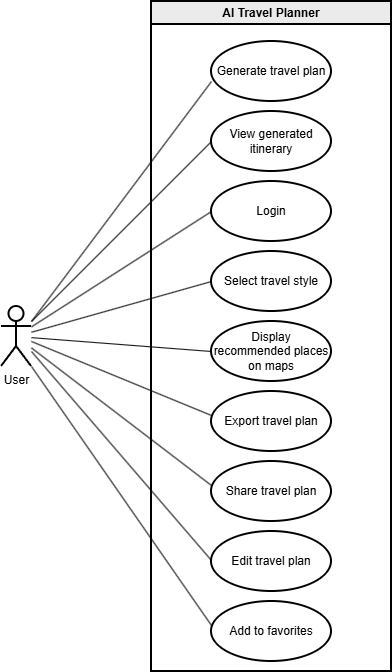
Earlier version of the draw.io export docs/diagrams/use-case-diagram-v1.png (AET-DevOps26/team-coffeelovers). Source tidied: cells renumbered, new cells last; positions are measured from the earlier drawing's top-left corner, leaving out a move shared by most shapes. The source it was exported from:
```xml
<mxGraphModel>
  <root>
    <mxCell id="0" />
    <mxCell id="1" parent="0" />
    <mxCell id="2" value="User" style="shape=umlActor;verticalLabelPosition=bottom;verticalAlign=top;html=1;outlineConnect=0;labelBackgroundColor=none;strokeWidth=2;" parent="1" vertex="1">
      <mxGeometry y="305" width="30" height="60" as="geometry" />
    </mxCell>
    <mxCell id="3" value="AI Travel Planner" style="swimlane;whiteSpace=wrap;html=1;labelBackgroundColor=none;strokeWidth=2;glass=0;rounded=0;shadow=0;gradientColor=none;fillColor=#EBEBEB;" parent="1" vertex="1">
      <mxGeometry x="150" width="240" height="670" as="geometry" />
    </mxCell>
    <mxCell id="4" value="Login" style="ellipse;whiteSpace=wrap;html=1;labelBackgroundColor=none;strokeWidth=2;" parent="3" vertex="1">
      <mxGeometry x="60" y="180" width="120" height="60" as="geometry" />
    </mxCell>
    <mxCell id="5" value="Select travel style" style="ellipse;whiteSpace=wrap;html=1;labelBackgroundColor=none;strokeWidth=2;" parent="3" vertex="1">
      <mxGeometry x="60" y="250" width="120" height="60" as="geometry" />
    </mxCell>
    <mxCell id="6" value="Display recommended places on maps" style="ellipse;whiteSpace=wrap;html=1;labelBackgroundColor=none;strokeWidth=2;" parent="3" vertex="1">
      <mxGeometry x="60" y="320" width="120" height="60" as="geometry" />
    </mxCell>
    <mxCell id="7" value="Export travel plan" style="ellipse;whiteSpace=wrap;html=1;labelBackgroundColor=none;strokeWidth=2;" parent="3" vertex="1">
      <mxGeometry x="60" y="390" width="120" height="60" as="geometry" />
    </mxCell>
    <mxCell id="8" value="Generate travel plan" style="ellipse;whiteSpace=wrap;html=1;labelBackgroundColor=none;strokeWidth=2;" parent="3" vertex="1">
      <mxGeometry x="60" y="40" width="120" height="60" as="geometry" />
    </mxCell>
    <mxCell id="9" value="Share travel plan" style="ellipse;whiteSpace=wrap;html=1;labelBackgroundColor=none;strokeWidth=2;" parent="3" vertex="1">
      <mxGeometry x="60" y="460" width="120" height="60" as="geometry" />
    </mxCell>
    <mxCell id="10" value="Edit travel plan" style="ellipse;whiteSpace=wrap;html=1;labelBackgroundColor=none;strokeWidth=2;" parent="3" vertex="1">
      <mxGeometry x="60" y="530" width="120" height="60" as="geometry" />
    </mxCell>
    <mxCell id="11" value="Add to favorites" style="ellipse;whiteSpace=wrap;html=1;labelBackgroundColor=none;strokeWidth=2;" parent="3" vertex="1">
      <mxGeometry x="60" y="600" width="120" height="60" as="geometry" />
    </mxCell>
    <mxCell id="12" value="View generated itinerary" style="ellipse;whiteSpace=wrap;html=1;labelBackgroundColor=none;strokeWidth=2;" parent="3" vertex="1">
      <mxGeometry x="60" y="110" width="120" height="60" as="geometry" />
    </mxCell>
    <mxCell id="13" style="endArrow=none;html=1;rounded=0;entryX=0;entryY=0.5;entryDx=0;entryDy=0;labelBackgroundColor=none;fontColor=default;" parent="1" edge="1" source="2" target="4">
      <mxGeometry relative="1" as="geometry" />
    </mxCell>
    <mxCell id="14" style="endArrow=none;html=1;rounded=0;entryX=0;entryY=0.5;entryDx=0;entryDy=0;labelBackgroundColor=none;fontColor=default;" parent="1" edge="1" source="2" target="5">
      <mxGeometry relative="1" as="geometry" />
    </mxCell>
    <mxCell id="15" style="endArrow=none;html=1;rounded=0;entryX=0;entryY=0.5;entryDx=0;entryDy=0;labelBackgroundColor=none;fontColor=default;" parent="1" edge="1" source="2" target="6">
      <mxGeometry relative="1" as="geometry" />
    </mxCell>
    <mxCell id="16" style="endArrow=none;html=1;rounded=0;entryX=0;entryY=0.667;entryDx=0;entryDy=0;entryPerimeter=0;labelBackgroundColor=none;fontColor=default;strokeWidth=1;" parent="1" edge="1" target="8">
      <mxGeometry relative="1" as="geometry">
        <mxPoint x="30" y="320" as="sourcePoint" />
      </mxGeometry>
    </mxCell>
    <mxCell id="17" style="endArrow=none;html=1;rounded=0;entryX=0;entryY=0.667;entryDx=0;entryDy=0;entryPerimeter=0;labelBackgroundColor=none;fontColor=default;strokeWidth=1;" parent="1" edge="1">
      <mxGeometry relative="1" as="geometry">
        <mxPoint x="30" y="320" as="sourcePoint" />
        <mxPoint x="210" y="140" as="targetPoint" />
      </mxGeometry>
    </mxCell>
    <mxCell id="18" style="endArrow=none;html=1;rounded=0;entryX=0;entryY=0.5;entryDx=0;entryDy=0;labelBackgroundColor=none;fontColor=default;" parent="1" edge="1" source="2">
      <mxGeometry relative="1" as="geometry">
        <mxPoint x="210" y="484" as="targetPoint" />
      </mxGeometry>
    </mxCell>
    <mxCell id="19" style="endArrow=none;html=1;rounded=0;entryX=0;entryY=0.5;entryDx=0;entryDy=0;labelBackgroundColor=none;fontColor=default;" parent="1" edge="1">
      <mxGeometry relative="1" as="geometry">
        <mxPoint x="30" y="340" as="sourcePoint" />
        <mxPoint x="210" y="414" as="targetPoint" />
      </mxGeometry>
    </mxCell>
    <mxCell id="20" style="endArrow=none;html=1;rounded=0;entryX=0;entryY=0.5;entryDx=0;entryDy=0;labelBackgroundColor=none;fontColor=default;" parent="1" edge="1">
      <mxGeometry relative="1" as="geometry">
        <mxPoint x="30" y="350" as="sourcePoint" />
        <mxPoint x="210" y="559" as="targetPoint" />
      </mxGeometry>
    </mxCell>
    <mxCell id="21" style="endArrow=none;html=1;rounded=0;entryX=0;entryY=0.5;entryDx=0;entryDy=0;exitX=1;exitY=1;exitDx=0;exitDy=0;exitPerimeter=0;labelBackgroundColor=none;fontColor=default;" parent="1" edge="1" source="2">
      <mxGeometry relative="1" as="geometry">
        <mxPoint x="210" y="624" as="targetPoint" />
      </mxGeometry>
    </mxCell>
  </root>
</mxGraphModel>
```
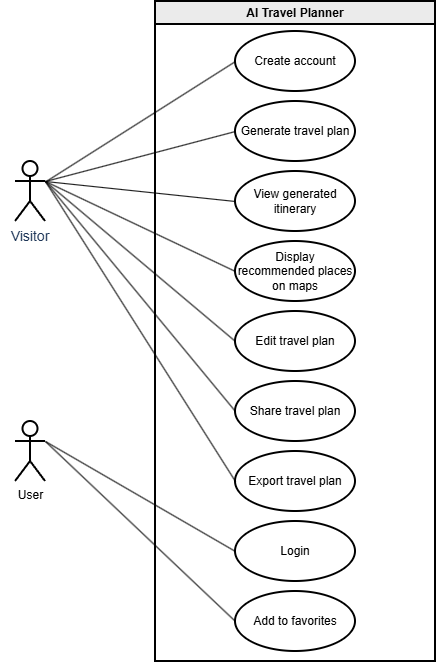
Later version of the same file.

Diff of the diagram source:
```diff
@@ -3,79 +3,76 @@
     <mxCell id="0" />
     <mxCell id="1" parent="0" />
     <mxCell id="2" value="User" style="shape=umlActor;verticalLabelPosition=bottom;verticalAlign=top;html=1;outlineConnect=0;labelBackgroundColor=none;strokeWidth=2;" parent="1" vertex="1">
-      <mxGeometry y="305" width="30" height="60" as="geometry" />
+      <mxGeometry x="10" y="160" width="30" height="60" as="geometry" />
     </mxCell>
     <mxCell id="3" value="AI Travel Planner" style="swimlane;whiteSpace=wrap;html=1;labelBackgroundColor=none;strokeWidth=2;glass=0;rounded=0;shadow=0;gradientColor=none;fillColor=#EBEBEB;" parent="1" vertex="1">
-      <mxGeometry x="150" width="240" height="670" as="geometry" />
+      <mxGeometry x="150" width="280" height="660" as="geometry" />
     </mxCell>
-    <mxCell id="4" value="Login" style="ellipse;whiteSpace=wrap;html=1;labelBackgroundColor=none;strokeWidth=2;" parent="3" vertex="1">
-      <mxGeometry x="60" y="180" width="120" height="60" as="geometry" />
-    </mxCell>
-    <mxCell id="5" value="Select travel style" style="ellipse;whiteSpace=wrap;html=1;labelBackgroundColor=none;strokeWidth=2;" parent="3" vertex="1">
-      <mxGeometry x="60" y="250" width="120" height="60" as="geometry" />
-    </mxCell>
     <mxCell id="6" value="Display recommended places on maps" style="ellipse;whiteSpace=wrap;html=1;labelBackgroundColor=none;strokeWidth=2;" parent="3" vertex="1">
-      <mxGeometry x="60" y="320" width="120" height="60" as="geometry" />
+      <mxGeometry x="80" y="240" width="120" height="60" as="geometry" />
     </mxCell>
-    <mxCell id="7" value="Export travel plan" style="ellipse;whiteSpace=wrap;html=1;labelBackgroundColor=none;strokeWidth=2;" parent="3" vertex="1">
-      <mxGeometry x="60" y="390" width="120" height="60" as="geometry" />
-    </mxCell>
     <mxCell id="8" value="Generate travel plan" style="ellipse;whiteSpace=wrap;html=1;labelBackgroundColor=none;strokeWidth=2;" parent="3" vertex="1">
-      <mxGeometry x="60" y="40" width="120" height="60" as="geometry" />
+      <mxGeometry x="80" y="100" width="120" height="60" as="geometry" />
     </mxCell>
     <mxCell id="9" value="Share travel plan" style="ellipse;whiteSpace=wrap;html=1;labelBackgroundColor=none;strokeWidth=2;" parent="3" vertex="1">
-      <mxGeometry x="60" y="460" width="120" height="60" as="geometry" />
+      <mxGeometry x="80" y="380" width="120" height="60" as="geometry" />
     </mxCell>
     <mxCell id="10" value="Edit travel plan" style="ellipse;whiteSpace=wrap;html=1;labelBackgroundColor=none;strokeWidth=2;" parent="3" vertex="1">
-      <mxGeometry x="60" y="530" width="120" height="60" as="geometry" />
+      <mxGeometry x="80" y="310" width="120" height="60" as="geometry" />
     </mxCell>
     <mxCell id="11" value="Add to favorites" style="ellipse;whiteSpace=wrap;html=1;labelBackgroundColor=none;strokeWidth=2;" parent="3" vertex="1">
-      <mxGeometry x="60" y="600" width="120" height="60" as="geometry" />
+      <mxGeometry x="80" y="590" width="120" height="60" as="geometry" />
     </mxCell>
     <mxCell id="12" value="View generated itinerary" style="ellipse;whiteSpace=wrap;html=1;labelBackgroundColor=none;strokeWidth=2;" parent="3" vertex="1">
-      <mxGeometry x="60" y="110" width="120" height="60" as="geometry" />
+      <mxGeometry x="80" y="170" width="120" height="60" as="geometry" />
     </mxCell>
-    <mxCell id="13" style="endArrow=none;html=1;rounded=0;entryX=0;entryY=0.5;entryDx=0;entryDy=0;labelBackgroundColor=none;fontColor=default;" parent="1" edge="1" source="2" target="4">
-      <mxGeometry relative="1" as="geometry" />
-    </mxCell>
-    <mxCell id="14" style="endArrow=none;html=1;rounded=0;entryX=0;entryY=0.5;entryDx=0;entryDy=0;labelBackgroundColor=none;fontColor=default;" parent="1" edge="1" source="2" target="5">
-      <mxGeometry relative="1" as="geometry" />
-    </mxCell>
+    <mxCell id="22" value="Create account" style="ellipse;whiteSpace=wrap;html=1;labelBackgroundColor=none;strokeWidth=2;" parent="3" vertex="1">
+      <mxGeometry x="80" y="30" width="120" height="60" as="geometry" />
+    </mxCell>
+    <mxCell id="4" value="Login" style="ellipse;whiteSpace=wrap;html=1;labelBackgroundColor=none;strokeWidth=2;" parent="3" vertex="1">
+      <mxGeometry x="80" y="520" width="120" height="60" as="geometry" />
+    </mxCell>
+    <mxCell id="7" value="Export travel plan" style="ellipse;whiteSpace=wrap;html=1;labelBackgroundColor=none;strokeWidth=2;" parent="3" vertex="1">
+      <mxGeometry x="80" y="450" width="120" height="60" as="geometry" />
+    </mxCell>
-    <mxCell id="15" style="endArrow=none;html=1;rounded=0;entryX=0;entryY=0.5;entryDx=0;entryDy=0;labelBackgroundColor=none;fontColor=default;" parent="1" edge="1" source="2" target="6">
-      <mxGeometry relative="1" as="geometry" />
+    <mxCell id="15" style="endArrow=none;html=1;rounded=0;entryX=0;entryY=0.5;entryDx=0;entryDy=0;labelBackgroundColor=none;fontColor=default;" parent="1" edge="1" target="6">
+      <mxGeometry relative="1" as="geometry">
+        <mxPoint x="40" y="180" as="sourcePoint" />
+      </mxGeometry>
     </mxCell>
-    <mxCell id="16" style="endArrow=none;html=1;rounded=0;entryX=0;entryY=0.667;entryDx=0;entryDy=0;entryPerimeter=0;labelBackgroundColor=none;fontColor=default;strokeWidth=1;" parent="1" edge="1" target="8">
-      <mxGeometry relative="1" as="geometry">
-        <mxPoint x="30" y="320" as="sourcePoint" />
-      </mxGeometry>
-    </mxCell>
-    <mxCell id="17" style="endArrow=none;html=1;rounded=0;entryX=0;entryY=0.667;entryDx=0;entryDy=0;entryPerimeter=0;labelBackgroundColor=none;fontColor=default;strokeWidth=1;" parent="1" edge="1">
-      <mxGeometry relative="1" as="geometry">
-        <mxPoint x="30" y="320" as="sourcePoint" />
-        <mxPoint x="210" y="140" as="targetPoint" />
-      </mxGeometry>
-    </mxCell>
-    <mxCell id="18" style="endArrow=none;html=1;rounded=0;entryX=0;entryY=0.5;entryDx=0;entryDy=0;labelBackgroundColor=none;fontColor=default;" parent="1" edge="1" source="2">
-      <mxGeometry relative="1" as="geometry">
-        <mxPoint x="210" y="484" as="targetPoint" />
-      </mxGeometry>
-    </mxCell>
-    <mxCell id="19" style="endArrow=none;html=1;rounded=0;entryX=0;entryY=0.5;entryDx=0;entryDy=0;labelBackgroundColor=none;fontColor=default;" parent="1" edge="1">
-      <mxGeometry relative="1" as="geometry">
-        <mxPoint x="30" y="340" as="sourcePoint" />
-        <mxPoint x="210" y="414" as="targetPoint" />
-      </mxGeometry>
-    </mxCell>
-    <mxCell id="20" style="endArrow=none;html=1;rounded=0;entryX=0;entryY=0.5;entryDx=0;entryDy=0;labelBackgroundColor=none;fontColor=default;" parent="1" edge="1">
-      <mxGeometry relative="1" as="geometry">
-        <mxPoint x="30" y="350" as="sourcePoint" />
-        <mxPoint x="210" y="559" as="targetPoint" />
-      </mxGeometry>
-    </mxCell>
-    <mxCell id="21" style="endArrow=none;html=1;rounded=0;entryX=0;entryY=0.5;entryDx=0;entryDy=0;exitX=1;exitY=1;exitDx=0;exitDy=0;exitPerimeter=0;labelBackgroundColor=none;fontColor=default;" parent="1" edge="1" source="2">
-      <mxGeometry relative="1" as="geometry">
-        <mxPoint x="210" y="624" as="targetPoint" />
-      </mxGeometry>
-    </mxCell>
+    <mxCell id="23" value="User" style="shape=umlActor;verticalLabelPosition=bottom;verticalAlign=top;html=1;outlineConnect=0;labelBackgroundColor=none;strokeWidth=2;" parent="1" vertex="1">
+      <mxGeometry x="10" y="420" width="30" height="60" as="geometry" />
+    </mxCell>
+    <mxCell id="24" style="endArrow=none;html=1;rounded=0;entryX=0;entryY=0.5;entryDx=0;entryDy=0;labelBackgroundColor=none;fontColor=default;" parent="1" edge="1" source="2" target="22">
+      <mxGeometry relative="1" as="geometry" />
+    </mxCell>
+    <mxCell id="25" style="endArrow=none;html=1;rounded=0;entryX=0;entryY=0.5;entryDx=0;entryDy=0;labelBackgroundColor=none;fontColor=default;exitX=1;exitY=0.3333333333333333;exitDx=0;exitDy=0;exitPerimeter=0;" parent="1" edge="1" source="2">
+      <mxGeometry relative="1" as="geometry">
+        <mxPoint x="230" y="130" as="targetPoint" />
+      </mxGeometry>
+    </mxCell>
+    <mxCell id="26" style="endArrow=none;html=1;rounded=0;entryX=0;entryY=0.5;entryDx=0;entryDy=0;labelBackgroundColor=none;fontColor=default;exitX=1;exitY=0.3333333333333333;exitDx=0;exitDy=0;exitPerimeter=0;" parent="1" edge="1" source="2" target="12">
+      <mxGeometry relative="1" as="geometry" />
+    </mxCell>
+    <mxCell id="27" style="endArrow=none;html=1;rounded=0;entryX=0;entryY=0.5;entryDx=0;entryDy=0;labelBackgroundColor=none;fontColor=default;exitX=1;exitY=0.3333333333333333;exitDx=0;exitDy=0;exitPerimeter=0;" parent="1" edge="1" source="2" target="10">
+      <mxGeometry relative="1" as="geometry" />
+    </mxCell>
+    <mxCell id="28" style="endArrow=none;html=1;rounded=0;entryX=0;entryY=0.5;entryDx=0;entryDy=0;labelBackgroundColor=none;fontColor=default;exitX=1;exitY=0.3333333333333333;exitDx=0;exitDy=0;exitPerimeter=0;" parent="1" edge="1" source="2" target="9">
+      <mxGeometry relative="1" as="geometry" />
+    </mxCell>
+    <mxCell id="29" style="endArrow=none;html=1;rounded=0;entryX=0;entryY=0.5;entryDx=0;entryDy=0;labelBackgroundColor=none;fontColor=default;exitX=1;exitY=0.3333333333333333;exitDx=0;exitDy=0;exitPerimeter=0;" parent="1" edge="1" source="2" target="7">
+      <mxGeometry relative="1" as="geometry" />
+    </mxCell>
+    <mxCell id="30" value="&lt;span style=&quot;background-color: rgb(255, 255, 254);&quot;&gt;&lt;font style=&quot;font-size: 14px;&quot;&gt;Visitor&lt;/font&gt;&lt;/span&gt;" style="text;html=1;whiteSpace=wrap;strokeColor=none;fillColor=none;align=center;verticalAlign=middle;rounded=0;fontColor=#1D3557;" parent="1" vertex="1">
+      <mxGeometry x="-5" y="220" width="60" height="30" as="geometry" />
+    </mxCell>
+    <mxCell id="31" style="endArrow=none;html=1;rounded=0;entryX=0;entryY=0.5;entryDx=0;entryDy=0;labelBackgroundColor=none;fontColor=default;exitX=1;exitY=0.3333333333333333;exitDx=0;exitDy=0;exitPerimeter=0;" parent="1" edge="1" target="4">
+      <mxGeometry relative="1" as="geometry">
+        <mxPoint x="40" y="440" as="sourcePoint" />
+      </mxGeometry>
+    </mxCell>
+    <mxCell id="32" style="endArrow=none;html=1;rounded=0;entryX=0;entryY=0.5;entryDx=0;entryDy=0;labelBackgroundColor=none;fontColor=default;exitX=1;exitY=0.3333333333333333;exitDx=0;exitDy=0;exitPerimeter=0;" parent="1" edge="1" source="23" target="11">
+      <mxGeometry relative="1" as="geometry" />
+    </mxCell>
   </root>
 </mxGraphModel>
```
